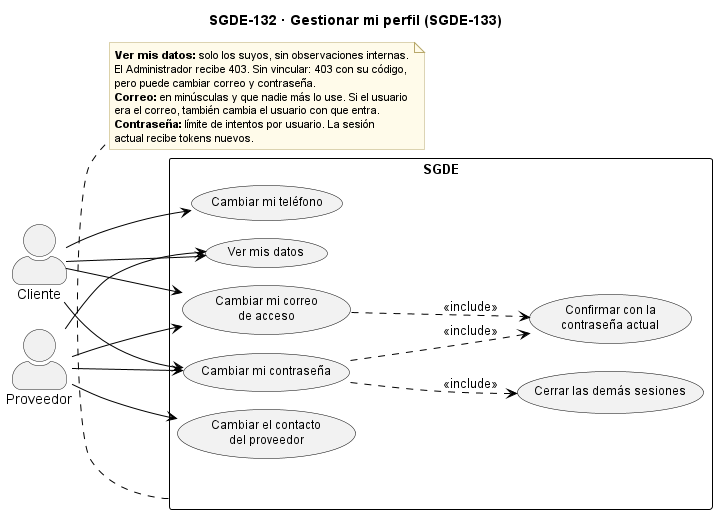
AndreCamx2/Gestion-De-Eventos keeps this PlantUML diagram as docs/casos_uso_sgde/SGDE-132_Gestionar_mi_perfil.png. Above is the earlier version. The source it was exported from:
```plantuml
@startuml SGDE-132_Gestionar_mi_perfil
!pragma layout smetana
left to right direction
skinparam backgroundColor white
skinparam usecase {
  BackgroundColor #F2F2F2
  BorderColor black
  FontSize 12
}
skinparam rectangle {
  BorderColor black
  FontSize 13
  FontStyle bold
}
skinparam note {
  BackgroundColor #FFFBEA
  BorderColor #B8A86B
  FontSize 11
}
skinparam ArrowColor black
skinparam actorStyle awesome
title SGDE-132 · Gestionar mi perfil (SGDE-133)

actor "Cliente" as CL
actor "Proveedor" as PR

rectangle "SGDE" as SISTEMA {
  usecase "Ver mis datos" as UC1
  usecase "Cambiar mi teléfono" as UC2
  usecase "Cambiar el contacto\ndel proveedor" as UC3
  usecase "Cambiar mi correo\nde acceso" as UC4
  usecase "Cambiar mi contraseña" as UC5
  usecase "Confirmar con la\ncontraseña actual" as UC6
  usecase "Cerrar las demás sesiones" as UC7
}

CL --> UC1
CL --> UC2
CL --> UC4
CL --> UC5
PR --> UC1
PR --> UC3
PR --> UC4
PR --> UC5
UC4 ..> UC6 : <<include>>
UC5 ..> UC6 : <<include>>
UC5 ..> UC7 : <<include>>

note bottom of SISTEMA
  **Ver mis datos:** solo los suyos, sin observaciones internas.
  El Administrador recibe 403. Sin vincular: 403 con su código,
  pero puede cambiar correo y contraseña.
  **Correo:** en minúsculas y que nadie más lo use. Si el usuario
  era el correo, también cambia el usuario con que entra.
  **Contraseña:** límite de intentos por usuario. La sesión
  actual recibe tokens nuevos.
end note
@enduml
```
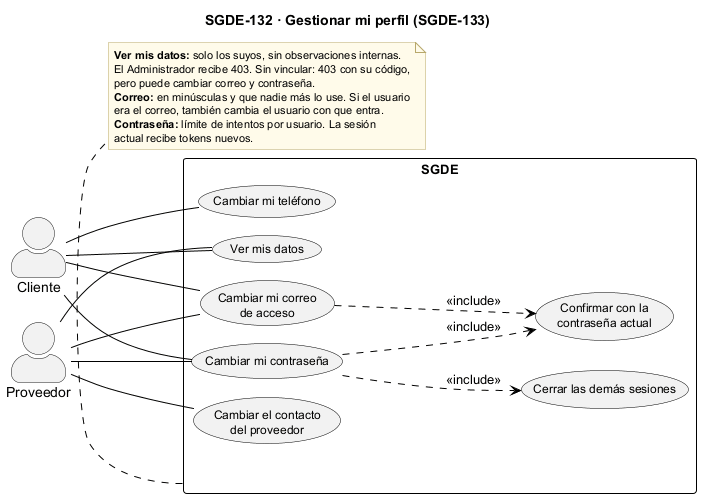
The same diagram one commit later.

The edit, as a diff of the source:
```diff
@@ -34,14 +34,14 @@
   usecase "Cerrar las demás sesiones" as UC7
 }
 
-CL --> UC1
-CL --> UC2
-CL --> UC4
-CL --> UC5
-PR --> UC1
-PR --> UC3
-PR --> UC4
-PR --> UC5
+CL -- UC1
+CL -- UC2
+CL -- UC4
+CL -- UC5
+PR -- UC1
+PR -- UC3
+PR -- UC4
+PR -- UC5
 UC4 ..> UC6 : <<include>>
 UC5 ..> UC6 : <<include>>
 UC5 ..> UC7 : <<include>>
```
